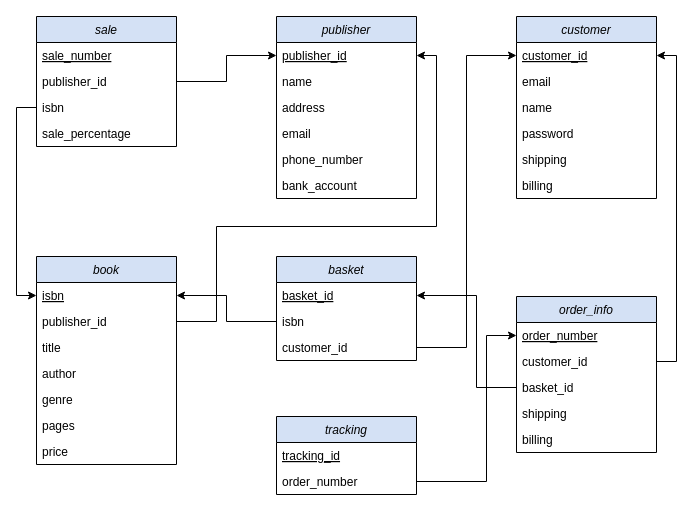
Above: draw/Database_Schema.drawio in Jiongxu-An/COMP3005Project (draw.io), before the change. Source tidied: cells renumbered, new cells numbered last; positions are measured from the earlier drawing's top-left corner, leaving out a move shared by most shapes. Both pictures are drawn from the tidied source at 100%, with x=0, y=0 at pixel (36, 16).
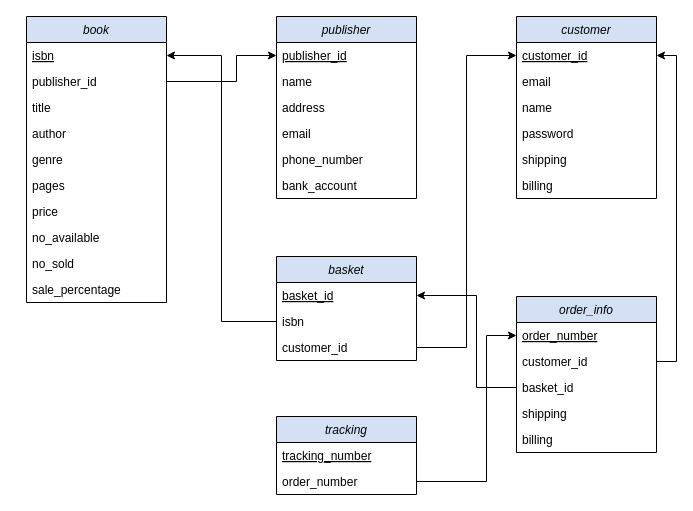
The same page after the edit.

The change refers to these unchanged cells:
```xml
<mxCell id="8" value="publisher_id" style="text;strokeColor=none;fillColor=none;align=left;verticalAlign=top;spacingLeft=4;spacingRight=4;overflow=hidden;points=[[0,0.5],[1,0.5]];portConstraint=eastwest;fontStyle=4;" parent="7" vertex="1">
  <mxGeometry y="26" width="140" height="26" as="geometry" />
</mxCell>
<mxCell id="16" value="isbn" style="text;strokeColor=none;fillColor=none;align=left;verticalAlign=top;spacingLeft=4;spacingRight=4;overflow=hidden;points=[[0,0.5],[1,0.5]];portConstraint=eastwest;fontStyle=4;" parent="15" vertex="1">
  <mxGeometry y="26" width="140" height="26" as="geometry" />
</mxCell>
<mxCell id="17" value="publisher_id" style="text;strokeColor=none;fillColor=none;align=left;verticalAlign=top;spacingLeft=4;spacingRight=4;overflow=hidden;points=[[0,0.5],[1,0.5]];portConstraint=eastwest;fontStyle=0;" parent="15" vertex="1">
  <mxGeometry y="52" width="140" height="26" as="geometry" />
</mxCell>
<mxCell id="45" value="tracking" style="swimlane;fontStyle=2;horizontal=1;startSize=26;fillColor=#D4E1F5;" parent="1" vertex="1">
  <mxGeometry x="240" y="400" width="140" height="78" as="geometry" />
</mxCell>
```

Change to the diagram source:
```diff
@@
-    <mxCell id="2" value="sale" style="swimlane;fontStyle=2;horizontal=1;startSize=26;fillColor=#D4E1F5;" parent="1" vertex="1">
-      <mxGeometry width="140" height="130" as="geometry" />
-    </mxCell>
-    <mxCell id="3" value="sale_number" style="text;strokeColor=none;fillColor=none;align=left;verticalAlign=top;spacingLeft=4;spacingRight=4;overflow=hidden;fontStyle=4;" parent="2" vertex="1">
-      <mxGeometry y="26" width="140" height="26" as="geometry" />
-    </mxCell>
-    <mxCell id="4" value="publisher_id" style="text;strokeColor=none;fillColor=none;align=left;verticalAlign=top;spacingLeft=4;spacingRight=4;overflow=hidden;points=[[0,0.5],[1,0.5]];portConstraint=eastwest;fontStyle=0;" parent="2" vertex="1">
-      <mxGeometry y="52" width="140" height="26" as="geometry" />
-    </mxCell>
-    <mxCell id="5" value="isbn" style="text;strokeColor=none;fillColor=none;align=left;verticalAlign=top;spacingLeft=4;spacingRight=4;overflow=hidden;points=[[0,0.5],[1,0.5]];portConstraint=eastwest;fontStyle=0;" parent="2" vertex="1">
-      <mxGeometry y="78" width="140" height="26" as="geometry" />
-    </mxCell>
-    <mxCell id="6" value="sale_percentage" style="text;strokeColor=none;fillColor=none;align=left;verticalAlign=top;spacingLeft=4;spacingRight=4;overflow=hidden;" parent="2" vertex="1">
-      <mxGeometry y="104" width="140" height="26" as="geometry" />
-    </mxCell>
@@
-    <mxCell id="14" style="edgeStyle=orthogonalEdgeStyle;rounded=0;jettySize=auto;html=1;exitX=1;exitY=0.5;exitDx=0;exitDy=0;entryX=0;entryY=0.5;entryDx=0;entryDy=0;" parent="1" edge="1" source="4" target="8">
-      <mxGeometry relative="1" as="geometry" />
-    </mxCell>
     <mxCell id="15" value="book" style="swimlane;fontStyle=2;horizontal=1;startSize=26;fillColor=#D4E1F5;" parent="1" vertex="1">
-      <mxGeometry y="240" width="140" height="208" as="geometry" />
+      <mxGeometry x="-10" width="140" height="286" as="geometry" />
     </mxCell>
@@
-    <mxCell id="23" style="edgeStyle=orthogonalEdgeStyle;rounded=0;jettySize=auto;html=1;exitX=0;exitY=0.5;exitDx=0;exitDy=0;entryX=0;entryY=0.5;entryDx=0;entryDy=0;" parent="1" edge="1" source="5" target="16">
-      <mxGeometry relative="1" as="geometry" />
-    </mxCell>
+    <mxCell id="50" value="no_available" style="text;strokeColor=none;fillColor=none;align=left;verticalAlign=top;spacingLeft=4;spacingRight=4;overflow=hidden;" parent="15" vertex="1">
+      <mxGeometry y="208" width="140" height="26" as="geometry" />
+    </mxCell>
+    <mxCell id="51" value="no_sold" style="text;strokeColor=none;fillColor=none;align=left;verticalAlign=top;spacingLeft=4;spacingRight=4;overflow=hidden;" parent="15" vertex="1">
+      <mxGeometry y="234" width="140" height="26" as="geometry" />
+    </mxCell>
+    <mxCell id="6" value="sale_percentage" style="text;strokeColor=none;fillColor=none;align=left;verticalAlign=top;spacingLeft=4;spacingRight=4;overflow=hidden;" parent="15" vertex="1">
+      <mxGeometry y="260" width="140" height="26" as="geometry" />
+    </mxCell>
@@
-    <mxCell id="46" value="tracking_id" style="text;strokeColor=none;fillColor=none;align=left;verticalAlign=top;spacingLeft=4;spacingRight=4;overflow=hidden;fontStyle=4;" parent="45" vertex="1">
+    <mxCell id="46" value="tracking_number" style="text;strokeColor=none;fillColor=none;align=left;verticalAlign=top;spacingLeft=4;spacingRight=4;overflow=hidden;fontStyle=4;" parent="45" vertex="1">
       <mxGeometry y="26" width="140" height="26" as="geometry" />
     </mxCell>
@@
-    <mxCell id="49" style="edgeStyle=orthogonalEdgeStyle;rounded=0;jettySize=auto;html=1;exitX=1;exitY=0.5;exitDx=0;exitDy=0;entryX=1;entryY=0.5;entryDx=0;entryDy=0;" parent="1" edge="1" source="17" target="8">
+    <mxCell id="49" style="edgeStyle=orthogonalEdgeStyle;rounded=0;jettySize=auto;html=1;exitX=1;exitY=0.5;exitDx=0;exitDy=0;entryX=0;entryY=0.5;entryDx=0;entryDy=0;" parent="1" edge="1" source="17" target="8">
       <mxGeometry relative="1" as="geometry">
         <Array as="points">
-          <mxPoint x="180" y="305" />
-          <mxPoint x="180" y="210" />
-          <mxPoint x="400" y="210" />
-          <mxPoint x="400" y="39" />
+          <mxPoint x="200" y="65" />
+          <mxPoint x="200" y="39" />
         </Array>
       </mxGeometry>
     </mxCell>
```
